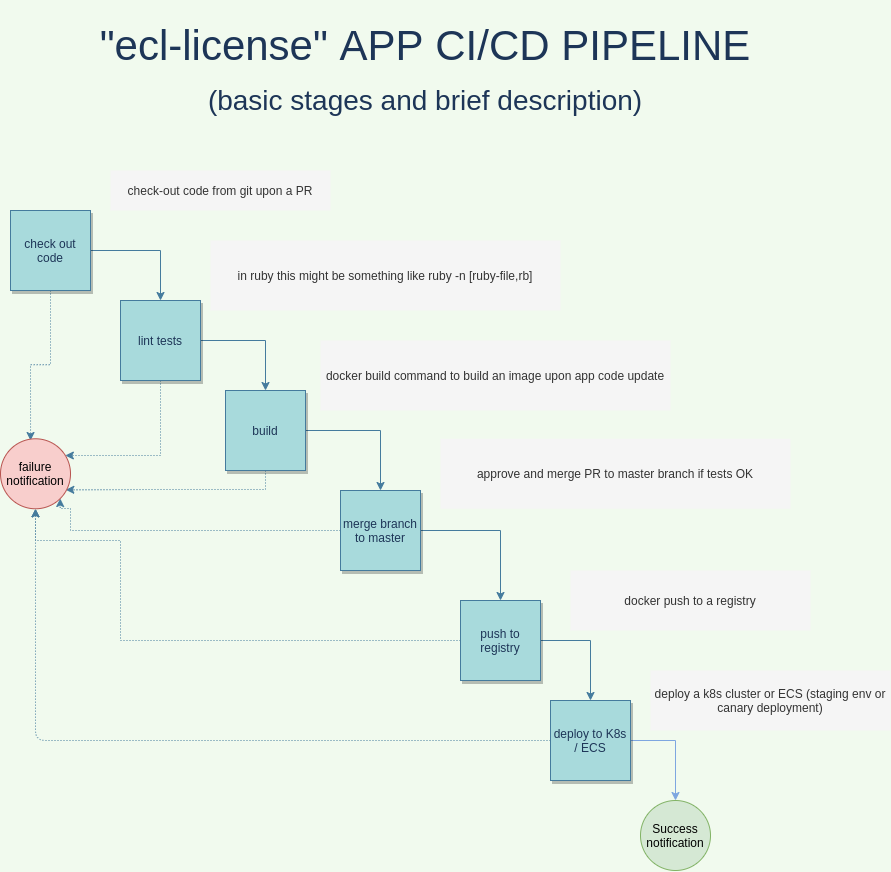
Above: e-challenge-cicd.png in arielrolfo/e-challenge (draw.io), before the change. Source tidied: cells renumbered, new cells last; positions are measured from the earlier drawing's top-left corner, leaving out a move shared by most shapes. Source of this version:
```xml
<mxGraphModel background="#F1FAEE">
  <root>
    <mxCell id="0" />
    <mxCell id="1" parent="0" />
    <mxCell id="2" style="edgeStyle=orthogonalEdgeStyle;rounded=0;jettySize=auto;html=1;exitX=1;exitY=0.5;exitDx=0;exitDy=0;entryX=0.5;entryY=0;entryDx=0;entryDy=0;labelBackgroundColor=#F1FAEE;strokeColor=#457B9D;fontColor=#1D3557;" parent="1" edge="1" source="4" target="7">
      <mxGeometry relative="1" as="geometry" />
    </mxCell>
    <mxCell id="3" style="edgeStyle=orthogonalEdgeStyle;rounded=0;jettySize=auto;html=1;entryX=0.429;entryY=0.025;entryDx=0;entryDy=0;entryPerimeter=0;labelBackgroundColor=#F1FAEE;strokeColor=#457B9D;fontColor=#1D3557;dashed=1;dashPattern=1 2;" parent="1" edge="1" source="4" target="17">
      <mxGeometry relative="1" as="geometry" />
    </mxCell>
    <mxCell id="4" value="check out code" style="whiteSpace=wrap;html=1;shadow=1;fillColor=#A8DADC;strokeColor=#457B9D;fontColor=#1D3557;" parent="1" vertex="1">
      <mxGeometry x="10" y="210" width="80" height="80" as="geometry" />
    </mxCell>
    <mxCell id="5" style="edgeStyle=orthogonalEdgeStyle;rounded=0;jettySize=auto;html=1;exitX=1;exitY=0.5;exitDx=0;exitDy=0;labelBackgroundColor=#F1FAEE;strokeColor=#457B9D;fontColor=#1D3557;" parent="1" edge="1" source="7" target="10">
      <mxGeometry relative="1" as="geometry" />
    </mxCell>
    <mxCell id="6" style="edgeStyle=orthogonalEdgeStyle;rounded=0;jettySize=auto;html=1;exitX=0.5;exitY=1;exitDx=0;exitDy=0;labelBackgroundColor=#F1FAEE;strokeColor=#457B9D;fontColor=#1D3557;dashed=1;dashPattern=1 2;" parent="1" edge="1" source="7" target="17">
      <mxGeometry relative="1" as="geometry">
        <Array as="points">
          <mxPoint x="160" y="455" />
        </Array>
      </mxGeometry>
    </mxCell>
    <mxCell id="7" value="lint tests" style="whiteSpace=wrap;html=1;shadow=1;fillColor=#A8DADC;strokeColor=#457B9D;fontColor=#1D3557;" parent="1" vertex="1">
      <mxGeometry x="120" y="300" width="80" height="80" as="geometry" />
    </mxCell>
    <mxCell id="8" style="edgeStyle=orthogonalEdgeStyle;rounded=0;jettySize=auto;html=1;exitX=1;exitY=0.5;exitDx=0;exitDy=0;entryX=0.5;entryY=0;entryDx=0;entryDy=0;labelBackgroundColor=#F1FAEE;strokeColor=#457B9D;fontColor=#1D3557;" parent="1" edge="1" source="10">
      <mxGeometry relative="1" as="geometry">
        <mxPoint x="380" y="490" as="targetPoint" />
      </mxGeometry>
    </mxCell>
    <mxCell id="9" style="edgeStyle=orthogonalEdgeStyle;rounded=0;jettySize=auto;html=1;entryX=0.933;entryY=0.729;entryDx=0;entryDy=0;entryPerimeter=0;labelBackgroundColor=#F1FAEE;strokeColor=#457B9D;fontColor=#1D3557;dashed=1;dashPattern=1 2;" parent="1" edge="1" source="10" target="17">
      <mxGeometry relative="1" as="geometry">
        <Array as="points">
          <mxPoint x="265" y="489" />
          <mxPoint x="148" y="489" />
        </Array>
      </mxGeometry>
    </mxCell>
    <mxCell id="10" value="build" style="whiteSpace=wrap;html=1;shadow=1;fillColor=#A8DADC;strokeColor=#457B9D;fontColor=#1D3557;" parent="1" vertex="1">
      <mxGeometry x="225" y="390" width="80" height="80" as="geometry" />
    </mxCell>
    <mxCell id="11" style="edgeStyle=orthogonalEdgeStyle;rounded=0;jettySize=auto;html=1;labelBackgroundColor=#F1FAEE;strokeColor=#457B9D;fontColor=#1D3557;" parent="1" edge="1" source="13" target="16">
      <mxGeometry relative="1" as="geometry" />
    </mxCell>
    <mxCell id="12" style="edgeStyle=orthogonalEdgeStyle;rounded=0;jettySize=auto;html=1;labelBackgroundColor=#F1FAEE;strokeColor=#457B9D;fontColor=#1D3557;entryX=1;entryY=1;entryDx=0;entryDy=0;dashed=1;dashPattern=1 2;" parent="1" edge="1" source="13" target="17">
      <mxGeometry relative="1" as="geometry">
        <Array as="points">
          <mxPoint x="70" y="530" />
          <mxPoint x="70" y="508" />
          <mxPoint x="60" y="508" />
        </Array>
      </mxGeometry>
    </mxCell>
    <mxCell id="13" value="merge branch to master" style="whiteSpace=wrap;html=1;shadow=1;fillColor=#A8DADC;strokeColor=#457B9D;fontColor=#1D3557;" parent="1" vertex="1">
      <mxGeometry x="340" y="490" width="80" height="80" as="geometry" />
    </mxCell>
    <mxCell id="14" style="edgeStyle=orthogonalEdgeStyle;rounded=0;jettySize=auto;html=1;labelBackgroundColor=#F1FAEE;strokeColor=#457B9D;fontColor=#1D3557;entryX=0.5;entryY=1;entryDx=0;entryDy=0;dashed=1;dashPattern=1 2;" parent="1" edge="1" source="16" target="17">
      <mxGeometry relative="1" as="geometry">
        <Array as="points">
          <mxPoint x="120" y="640" />
          <mxPoint x="120" y="540" />
          <mxPoint x="35" y="540" />
        </Array>
      </mxGeometry>
    </mxCell>
    <mxCell id="15" style="edgeStyle=orthogonalEdgeStyle;rounded=0;sketch=0;jettySize=auto;html=1;exitX=1;exitY=0.5;exitDx=0;exitDy=0;strokeColor=#457B9D;fillColor=#A8DADC;fontColor=#1D3557;" parent="1" edge="1" source="16" target="24">
      <mxGeometry relative="1" as="geometry" />
    </mxCell>
    <mxCell id="16" value="push to registry" style="whiteSpace=wrap;html=1;shadow=1;fillColor=#A8DADC;strokeColor=#457B9D;fontColor=#1D3557;" parent="1" vertex="1">
      <mxGeometry x="460" y="600" width="80" height="80" as="geometry" />
    </mxCell>
    <mxCell id="17" value="failure&lt;br&gt;notification" style="ellipse;whiteSpace=wrap;html=1;rotation=0;fillColor=#f8cecc;strokeColor=#b85450;" parent="1" vertex="1">
      <mxGeometry y="438.3" width="70" height="70" as="geometry" />
    </mxCell>
    <mxCell id="18" value="check-out code from git upon a PR" style="text;html=1;fillColor=#f5f5f5;align=center;verticalAlign=middle;whiteSpace=wrap;rounded=0;fontColor=#333333;" parent="1" vertex="1">
      <mxGeometry x="110" y="170" width="220" height="40" as="geometry" />
    </mxCell>
    <mxCell id="19" value="in ruby this might be something like ruby -n [ruby-file,rb]" style="text;html=1;fillColor=#f5f5f5;align=center;verticalAlign=middle;whiteSpace=wrap;rounded=0;fontColor=#333333;" parent="1" vertex="1">
      <mxGeometry x="210" y="240" width="350" height="70" as="geometry" />
    </mxCell>
    <mxCell id="20" value="docker build command to build an image upon app code update" style="text;html=1;fillColor=#f5f5f5;align=center;verticalAlign=middle;whiteSpace=wrap;rounded=0;fontColor=#333333;" parent="1" vertex="1">
      <mxGeometry x="320" y="340" width="350" height="70" as="geometry" />
    </mxCell>
    <mxCell id="21" value="approve and merge PR to master branch if tests OK" style="text;html=1;fillColor=#f5f5f5;align=center;verticalAlign=middle;whiteSpace=wrap;rounded=0;fontColor=#333333;" parent="1" vertex="1">
      <mxGeometry x="440" y="438.3" width="350" height="70" as="geometry" />
    </mxCell>
    <mxCell id="22" style="edgeStyle=orthogonalEdgeStyle;rounded=0;sketch=0;jettySize=auto;html=1;fillColor=#A8DADC;fontColor=#1D3557;strokeColor=#7EA6E0;" parent="1" edge="1" source="24" target="25">
      <mxGeometry relative="1" as="geometry" />
    </mxCell>
    <mxCell id="23" style="edgeStyle=orthogonalEdgeStyle;rounded=1;sketch=0;jettySize=auto;html=1;strokeColor=#457B9D;fillColor=#A8DADC;fontColor=#1D3557;dashed=1;dashPattern=1 2;" parent="1" edge="1" source="24" target="17">
      <mxGeometry relative="1" as="geometry" />
    </mxCell>
    <mxCell id="24" value="deploy to K8s / ECS" style="whiteSpace=wrap;html=1;shadow=1;fillColor=#A8DADC;strokeColor=#457B9D;fontColor=#1D3557;" parent="1" vertex="1">
      <mxGeometry x="550" y="700" width="80" height="80" as="geometry" />
    </mxCell>
    <mxCell id="25" value="Success&lt;br&gt;notification" style="ellipse;whiteSpace=wrap;html=1;rotation=0;fillColor=#d5e8d4;strokeColor=#82b366;" parent="1" vertex="1">
      <mxGeometry x="640" y="800" width="70" height="70" as="geometry" />
    </mxCell>
    <mxCell id="26" value="&quot;ecl-license&quot; APP CI/CD PIPELINE&lt;br&gt;&lt;font style=&quot;font-size: 28px&quot;&gt;(basic stages and brief description)&lt;/font&gt;" style="text;html=1;strokeColor=none;fillColor=none;align=center;verticalAlign=middle;whiteSpace=wrap;rounded=0;sketch=0;fontColor=#1D3557;fontSize=42;" parent="1" vertex="1">
      <mxGeometry x="50" width="750" height="140" as="geometry" />
    </mxCell>
    <mxCell id="27" value="docker push to a registry" style="text;html=1;fillColor=#f5f5f5;align=center;verticalAlign=middle;whiteSpace=wrap;rounded=0;fontColor=#333333;" parent="1" vertex="1">
      <mxGeometry x="570" y="570" width="240" height="60" as="geometry" />
    </mxCell>
    <mxCell id="28" value="deploy a k8s cluster or ECS (staging env or canary deployment)" style="text;html=1;fillColor=#f5f5f5;align=center;verticalAlign=middle;whiteSpace=wrap;rounded=0;fontColor=#333333;" parent="1" vertex="1">
      <mxGeometry x="650" y="670" width="240" height="60" as="geometry" />
    </mxCell>
  </root>
</mxGraphModel>
```
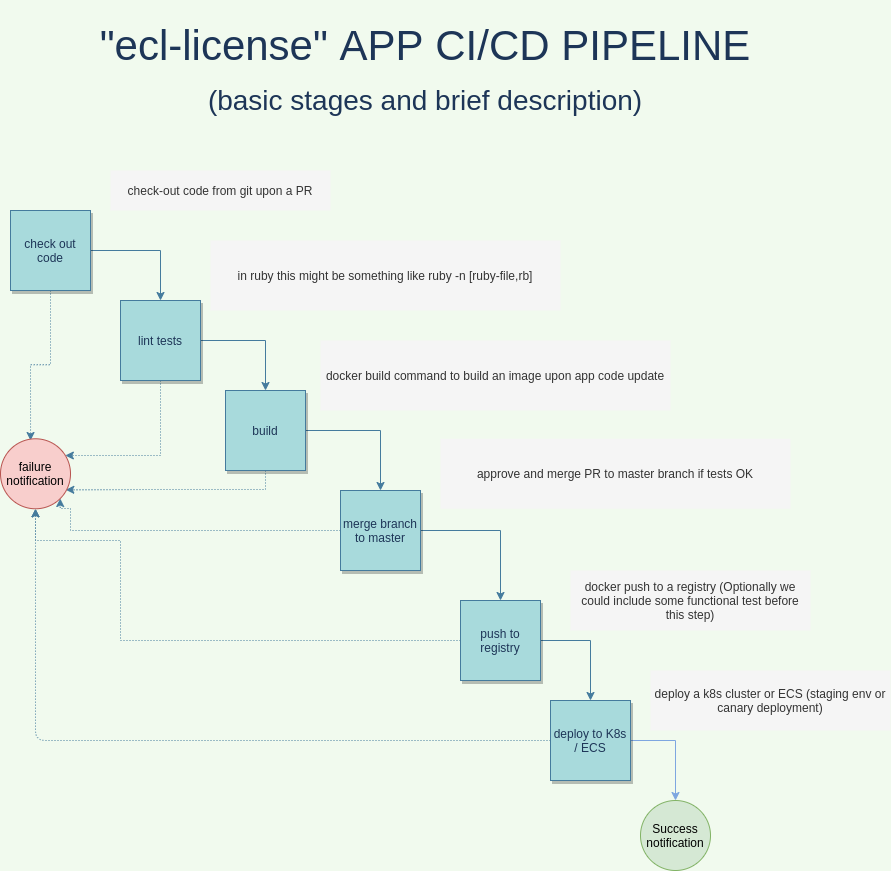
Later version of the same file.

What changed in the source:
```diff
@@ -100,7 +100,7 @@
     <mxCell id="26" value="&quot;ecl-license&quot; APP CI/CD PIPELINE&lt;br&gt;&lt;font style=&quot;font-size: 28px&quot;&gt;(basic stages and brief description)&lt;/font&gt;" style="text;html=1;strokeColor=none;fillColor=none;align=center;verticalAlign=middle;whiteSpace=wrap;rounded=0;sketch=0;fontColor=#1D3557;fontSize=42;" parent="1" vertex="1">
       <mxGeometry x="50" width="750" height="140" as="geometry" />
     </mxCell>
-    <mxCell id="27" value="docker push to a registry" style="text;html=1;fillColor=#f5f5f5;align=center;verticalAlign=middle;whiteSpace=wrap;rounded=0;fontColor=#333333;" parent="1" vertex="1">
+    <mxCell id="27" value="docker push to a registry (Optionally we could include some functional test before this step)" style="text;html=1;fillColor=#f5f5f5;align=center;verticalAlign=middle;whiteSpace=wrap;rounded=0;fontColor=#333333;" parent="1" vertex="1">
       <mxGeometry x="570" y="570" width="240" height="60" as="geometry" />
     </mxCell>
     <mxCell id="28" value="deploy a k8s cluster or ECS (staging env or canary deployment)" style="text;html=1;fillColor=#f5f5f5;align=center;verticalAlign=middle;whiteSpace=wrap;rounded=0;fontColor=#333333;" parent="1" vertex="1">
```
